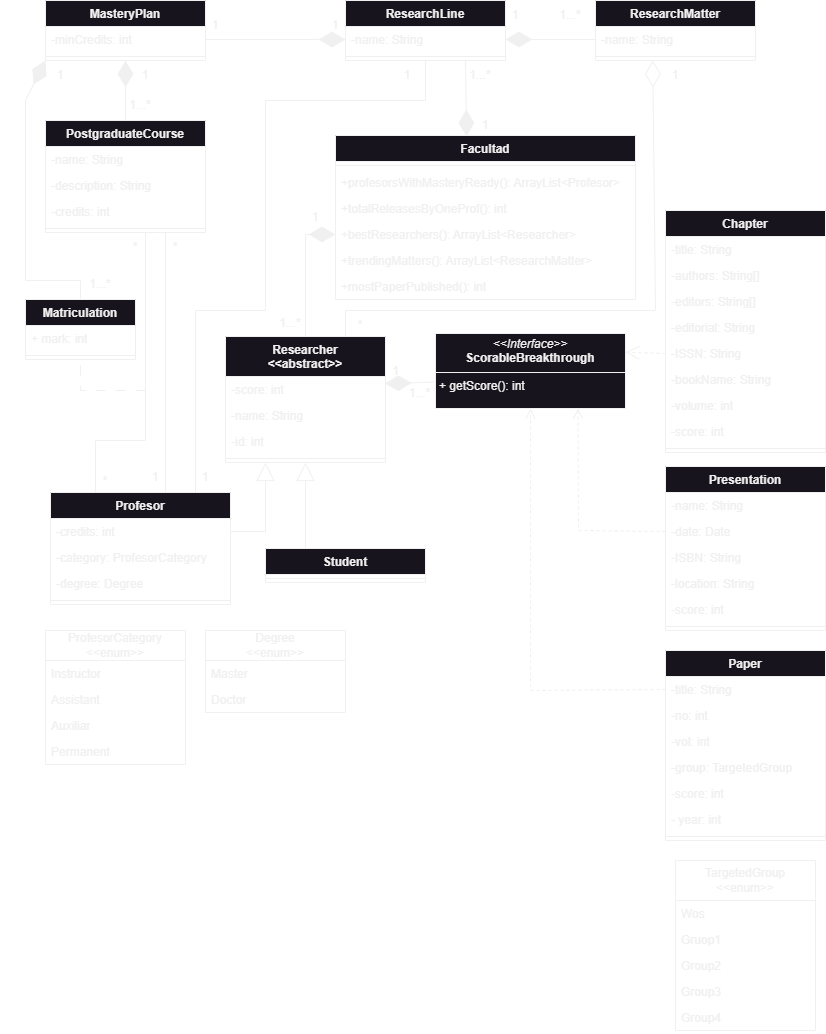
This is dpoo_final_project_diagram.png from mbrianp05/dpoo-final-project, a draw.io export, as it was before one commit. Source tidied: cells renumbered, new cells last; positions are measured from the earlier drawing's top-left corner, leaving out a move shared by most shapes.
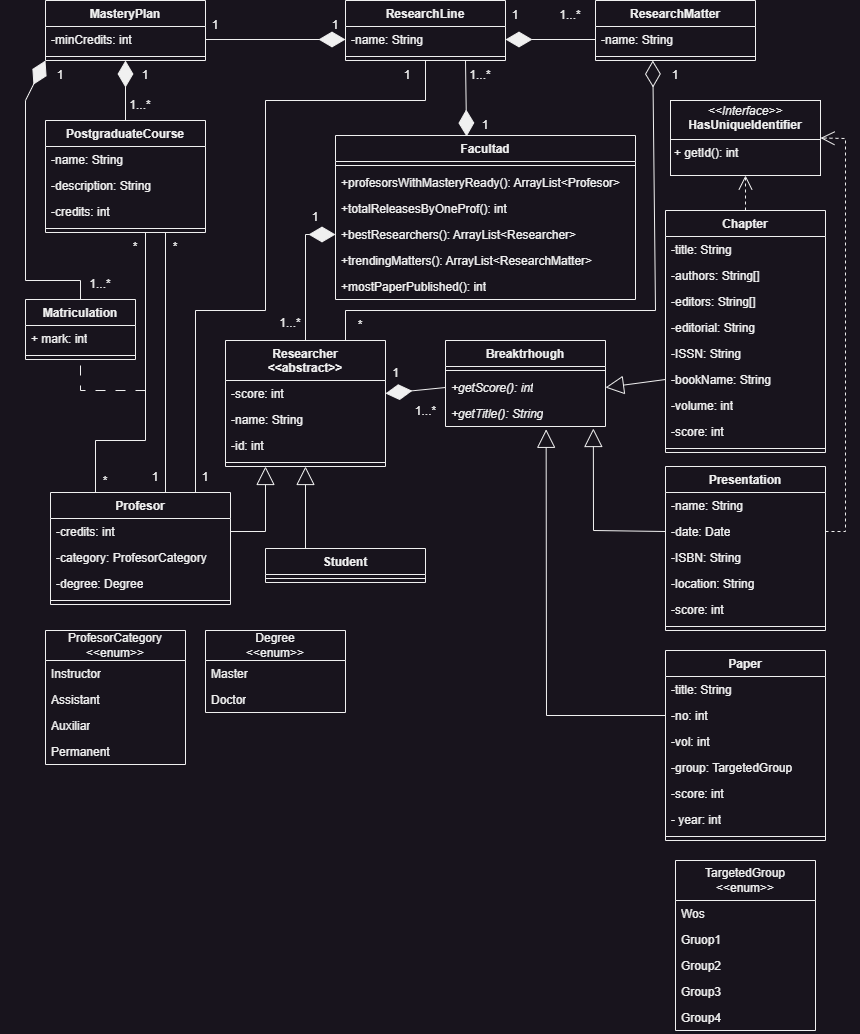
After the commit.

Commit message:
Update classes diagram

The edit, as a diff of the source:
```diff
@@ -1,2 +1,2 @@
-<mxGraphModel background="#000000">
+<mxGraphModel>
   <root>
@@ -28,8 +28,8 @@
     </mxCell>
-    <mxCell id="10" value="-name: String" style="text;strokeColor=none;fillColor=none;align=left;verticalAlign=top;spacingLeft=4;spacingRight=4;overflow=hidden;points=[[0,0.5],[1,0.5]];portConstraint=eastwest;whiteSpace=wrap;html=1;" parent="9" vertex="1">
-      <mxGeometry y="26" width="160" height="26" as="geometry" />
-    </mxCell>
-    <mxCell id="11" style="line;strokeWidth=1;fillColor=none;align=left;verticalAlign=middle;spacingTop=-1;spacingLeft=3;spacingRight=3;labelPosition=right;strokeColor=inherit;" parent="9" vertex="1">
-      <mxGeometry y="52" width="160" height="8" as="geometry" />
-    </mxCell>
+    <mxCell id="118" value="-name: String" style="text;strokeColor=none;fillColor=none;align=left;verticalAlign=top;spacingLeft=4;spacingRight=4;overflow=hidden;points=[[0,0.5],[1,0.5]];portConstraint=eastwest;whiteSpace=wrap;html=1;" parent="9" vertex="1">
+      <mxGeometry y="26" width="160" height="26" as="geometry" />
+    </mxCell>
+    <mxCell id="119" style="line;strokeWidth=1;fillColor=none;align=left;verticalAlign=middle;spacingTop=-1;spacingLeft=3;spacingRight=3;labelPosition=right;strokeColor=inherit;" parent="9" vertex="1">
+      <mxGeometry y="52" width="160" height="8" as="geometry" />
+    </mxCell>
     <mxCell id="12" value="ResearchMatter" style="swimlane;fontStyle=1;align=center;verticalAlign=top;horizontal=1;startSize=26;whiteSpace=wrap;html=1;" parent="1" vertex="1">
@@ -37,10 +37,10 @@
     </mxCell>
-    <mxCell id="13" value="-name: String" style="text;strokeColor=none;fillColor=none;align=left;verticalAlign=top;spacingLeft=4;spacingRight=4;overflow=hidden;points=[[0,0.5],[1,0.5]];portConstraint=eastwest;whiteSpace=wrap;html=1;" parent="12" vertex="1">
-      <mxGeometry y="26" width="160" height="26" as="geometry" />
-    </mxCell>
-    <mxCell id="14" style="line;strokeWidth=1;fillColor=none;align=left;verticalAlign=middle;spacingTop=-1;spacingLeft=3;spacingRight=3;labelPosition=right;points=[];portConstraint=eastwest;strokeColor=inherit;" parent="12" vertex="1">
-      <mxGeometry y="52" width="160" height="8" as="geometry" />
-    </mxCell>
+    <mxCell id="120" value="-name: String" style="text;strokeColor=none;fillColor=none;align=left;verticalAlign=top;spacingLeft=4;spacingRight=4;overflow=hidden;points=[[0,0.5],[1,0.5]];portConstraint=eastwest;whiteSpace=wrap;html=1;" parent="12" vertex="1">
+      <mxGeometry y="26" width="160" height="26" as="geometry" />
+    </mxCell>
+    <mxCell id="121" style="line;strokeWidth=1;fillColor=none;align=left;verticalAlign=middle;spacingTop=-1;spacingLeft=3;spacingRight=3;labelPosition=right;points=[];portConstraint=eastwest;strokeColor=inherit;" parent="12" vertex="1">
+      <mxGeometry y="52" width="160" height="8" as="geometry" />
+    </mxCell>
     <mxCell id="15" value="Researcher&lt;div&gt;&amp;lt;&amp;lt;abstract&amp;gt;&amp;gt;&lt;/div&gt;" style="swimlane;fontStyle=1;align=center;verticalAlign=top;horizontal=1;startSize=40;whiteSpace=wrap;html=1;" parent="1" vertex="1">
-      <mxGeometry x="200" y="336" width="160" height="126" as="geometry" />
+      <mxGeometry x="200" y="340" width="160" height="126" as="geometry" />
     </mxCell>
@@ -61,5 +61,5 @@
     </mxCell>
-    <mxCell id="21" style="line;strokeWidth=1;fillColor=none;align=left;verticalAlign=middle;spacingTop=-1;spacingLeft=3;spacingRight=3;labelPosition=right;strokeColor=inherit;" parent="20" vertex="1">
-      <mxGeometry y="26" width="160" height="8" as="geometry" />
-    </mxCell>
+    <mxCell id="122" style="line;strokeWidth=1;fillColor=none;align=left;verticalAlign=middle;spacingTop=-1;spacingLeft=3;spacingRight=3;labelPosition=right;strokeColor=inherit;" parent="20" vertex="1">
+      <mxGeometry y="26" width="160" height="8" as="geometry" />
+    </mxCell>
     <mxCell id="22" value="Profesor" style="swimlane;fontStyle=1;align=center;verticalAlign=top;horizontal=1;startSize=26;whiteSpace=wrap;html=1;" parent="1" vertex="1">
@@ -124,5 +124,5 @@
     </mxCell>
-    <mxCell id="42" value="-score: int" style="text;strokeColor=none;fillColor=none;align=left;verticalAlign=top;spacingLeft=4;spacingRight=4;overflow=hidden;whiteSpace=wrap;html=1;" parent="37" vertex="1">
-      <mxGeometry y="130" width="160" height="26" as="geometry" />
-    </mxCell>
+    <mxCell id="123" value="-score: int" style="text;strokeColor=none;fillColor=none;align=left;verticalAlign=top;spacingLeft=4;spacingRight=4;overflow=hidden;whiteSpace=wrap;html=1;" parent="37" vertex="1">
+      <mxGeometry y="130" width="160" height="26" as="geometry" />
+    </mxCell>
     <mxCell id="43" value="- year: int" style="text;strokeColor=none;fillColor=none;align=left;verticalAlign=top;spacingLeft=4;spacingRight=4;overflow=hidden;whiteSpace=wrap;html=1;" parent="37" vertex="1">
@@ -136,5 +136,5 @@
     </mxCell>
-    <mxCell id="46" value="-name: String" style="text;strokeColor=none;fillColor=none;align=left;verticalAlign=top;spacingLeft=4;spacingRight=4;overflow=hidden;whiteSpace=wrap;html=1;" parent="45" vertex="1">
-      <mxGeometry y="26" width="160" height="26" as="geometry" />
-    </mxCell>
+    <mxCell id="124" value="-name: String" style="text;strokeColor=none;fillColor=none;align=left;verticalAlign=top;spacingLeft=4;spacingRight=4;overflow=hidden;whiteSpace=wrap;html=1;" parent="45" vertex="1">
+      <mxGeometry y="26" width="160" height="26" as="geometry" />
+    </mxCell>
     <mxCell id="47" value="-date: Date" style="text;strokeColor=none;fillColor=none;align=left;verticalAlign=top;spacingLeft=4;spacingRight=4;overflow=hidden;points=[[0,0.5],[1,0.5]];portConstraint=eastwest;whiteSpace=wrap;html=1;" parent="45" vertex="1">
@@ -148,5 +148,5 @@
     </mxCell>
-    <mxCell id="50" value="-score: int" style="text;strokeColor=none;fillColor=none;align=left;verticalAlign=top;spacingLeft=4;spacingRight=4;overflow=hidden;whiteSpace=wrap;html=1;" parent="45" vertex="1">
-      <mxGeometry y="130" width="160" height="26" as="geometry" />
-    </mxCell>
+    <mxCell id="125" value="-score: int" style="text;strokeColor=none;fillColor=none;align=left;verticalAlign=top;spacingLeft=4;spacingRight=4;overflow=hidden;whiteSpace=wrap;html=1;" parent="45" vertex="1">
+      <mxGeometry y="130" width="160" height="26" as="geometry" />
+    </mxCell>
     <mxCell id="51" style="line;strokeWidth=1;fillColor=none;align=left;verticalAlign=middle;spacingTop=-1;spacingLeft=3;spacingRight=3;labelPosition=right;strokeColor=inherit;" parent="45" vertex="1">
@@ -160,5 +160,5 @@
     </mxCell>
-    <mxCell id="54" style="line;strokeWidth=1;fillColor=none;align=left;verticalAlign=middle;spacingTop=-1;spacingLeft=3;spacingRight=3;labelPosition=right;strokeColor=inherit;" parent="52" vertex="1">
-      <mxGeometry y="52" width="160" height="8" as="geometry" />
-    </mxCell>
+    <mxCell id="126" style="line;strokeWidth=1;fillColor=none;align=left;verticalAlign=middle;spacingTop=-1;spacingLeft=3;spacingRight=3;labelPosition=right;strokeColor=inherit;" parent="52" vertex="1">
+      <mxGeometry y="52" width="160" height="8" as="geometry" />
+    </mxCell>
     <mxCell id="55" value="PostgraduateCourse" style="swimlane;fontStyle=1;align=center;verticalAlign=top;horizontal=1;startSize=26;whiteSpace=wrap;html=1;" parent="1" vertex="1">
@@ -166,5 +166,5 @@
     </mxCell>
-    <mxCell id="56" value="-name: String" style="text;strokeColor=none;fillColor=none;align=left;verticalAlign=top;spacingLeft=4;spacingRight=4;overflow=hidden;whiteSpace=wrap;html=1;" parent="55" vertex="1">
-      <mxGeometry y="26" width="160" height="26" as="geometry" />
-    </mxCell>
+    <mxCell id="127" value="-name: String" style="text;strokeColor=none;fillColor=none;align=left;verticalAlign=top;spacingLeft=4;spacingRight=4;overflow=hidden;whiteSpace=wrap;html=1;" parent="55" vertex="1">
+      <mxGeometry y="26" width="160" height="26" as="geometry" />
+    </mxCell>
     <mxCell id="57" value="-description: String" style="text;strokeColor=none;fillColor=none;align=left;verticalAlign=top;spacingLeft=4;spacingRight=4;overflow=hidden;whiteSpace=wrap;html=1;" parent="55" vertex="1">
@@ -240,8 +240,8 @@
     </mxCell>
-    <mxCell id="78" style="endArrow=diamondThin;endFill=1;endSize=24;html=1;rounded=0;exitX=1;exitY=0.5;exitDx=0;exitDy=0;entryX=0;entryY=0.5;entryDx=0;entryDy=0;" parent="1" edge="1" source="53" target="10">
-      <mxGeometry relative="1" as="geometry" />
-    </mxCell>
-    <mxCell id="79" style="endArrow=diamondThin;endFill=1;endSize=24;html=1;rounded=0;entryX=1;entryY=0.5;entryDx=0;entryDy=0;exitX=0;exitY=0.5;exitDx=0;exitDy=0;" parent="1" edge="1" source="13" target="10">
-      <mxGeometry relative="1" as="geometry" />
-    </mxCell>
+    <mxCell id="128" style="endArrow=diamondThin;endFill=1;endSize=24;html=1;rounded=0;exitX=1;exitY=0.5;exitDx=0;exitDy=0;entryX=0;entryY=0.5;entryDx=0;entryDy=0;" parent="1" edge="1" source="53" target="118">
+      <mxGeometry relative="1" as="geometry" />
+    </mxCell>
+    <mxCell id="129" style="endArrow=diamondThin;endFill=1;endSize=24;html=1;rounded=0;entryX=1;entryY=0.5;entryDx=0;entryDy=0;exitX=0;exitY=0.5;exitDx=0;exitDy=0;" parent="1" edge="1" source="120" target="118">
+      <mxGeometry relative="1" as="geometry" />
+    </mxCell>
     <mxCell id="80" style="endArrow=none;html=1;edgeStyle=orthogonalEdgeStyle;rounded=0;exitX=0.75;exitY=0;exitDx=0;exitDy=0;entryX=0.5;entryY=1;entryDx=0;entryDy=0;" parent="1" edge="1" source="22" target="9">
@@ -257,10 +257,10 @@
     </mxCell>
-    <mxCell id="81" style="endArrow=diamondThin;endFill=0;endSize=24;html=1;rounded=0;exitX=0.75;exitY=0;exitDx=0;exitDy=0;entryX=0.358;entryY=1;entryDx=0;entryDy=0;entryPerimeter=0;" parent="1" edge="1" source="15" target="14">
-      <mxGeometry relative="1" as="geometry">
-        <Array as="points">
-          <mxPoint x="320" y="310" />
-          <mxPoint x="630" y="310" />
-        </Array>
-      </mxGeometry>
-    </mxCell>
+    <mxCell id="130" style="endArrow=diamondThin;endFill=0;endSize=24;html=1;rounded=0;exitX=0.75;exitY=0;exitDx=0;exitDy=0;entryX=0.358;entryY=1;entryDx=0;entryDy=0;entryPerimeter=0;" parent="1" edge="1" source="15" target="121">
+      <mxGeometry relative="1" as="geometry">
+        <Array as="points">
+          <mxPoint x="320" y="310" />
+          <mxPoint x="630" y="310" />
+        </Array>
+      </mxGeometry>
+    </mxCell>
     <mxCell id="82" style="endArrow=block;endSize=16;endFill=0;html=1;rounded=0;exitX=1;exitY=0.5;exitDx=0;exitDy=0;entryX=0.25;entryY=1;entryDx=0;entryDy=0;" parent="1" edge="1" source="23" target="15">
@@ -320,5 +320,5 @@
     </mxCell>
-    <mxCell id="99" value="&lt;p style=&quot;margin:0px;margin-top:4px;text-align:center;&quot;&gt;&lt;i&gt;&amp;lt;&amp;lt;Interface&amp;gt;&amp;gt;&lt;/i&gt;&lt;br&gt;&lt;b&gt;ScorableBreakthrough&lt;/b&gt;&lt;/p&gt;&lt;hr size=&quot;1&quot; style=&quot;border-style:solid;&quot;&gt;&lt;p style=&quot;margin:0px;margin-left:4px;&quot;&gt;+ getScore(): int&lt;br&gt;&lt;/p&gt;" style="verticalAlign=top;align=left;overflow=fill;html=1;whiteSpace=wrap;" parent="1" vertex="1">
-      <mxGeometry x="410" y="333" width="190" height="75" as="geometry" />
-    </mxCell>
+    <mxCell id="131" value="&lt;p style=&quot;margin:0px;margin-top:4px;text-align:center;&quot;&gt;&lt;i&gt;&amp;lt;&amp;lt;Interface&amp;gt;&amp;gt;&lt;/i&gt;&lt;br&gt;&lt;b&gt;HasUniqueIdentifier&lt;/b&gt;&lt;/p&gt;&lt;hr size=&quot;1&quot; style=&quot;border-style:solid;&quot;&gt;&lt;p style=&quot;margin:0px;margin-left:4px;&quot;&gt;+ getId(): int&lt;br&gt;&lt;/p&gt;" style="verticalAlign=top;align=left;overflow=fill;html=1;whiteSpace=wrap;" parent="1" vertex="1">
+      <mxGeometry x="645" y="100" width="150" height="75" as="geometry" />
+    </mxCell>
     <mxCell id="100" value="Matriculation" style="swimlane;fontStyle=1;align=center;verticalAlign=top;horizontal=1;startSize=26;whiteSpace=wrap;html=1;" parent="1" vertex="1">
@@ -347,11 +347,11 @@
     </mxCell>
-    <mxCell id="106" style="endArrow=none;startArrow=none;endFill=0;startFill=0;endSize=8;html=1;verticalAlign=bottom;dashed=1;labelBackgroundColor=none;dashPattern=10 10;rounded=0;entryX=0.5;entryY=1;entryDx=0;entryDy=0;" parent="1" edge="1" target="100">
-      <mxGeometry relative="1" as="geometry">
-        <mxPoint x="120" y="390" as="sourcePoint" />
-        <Array as="points">
-          <mxPoint x="55" y="390" />
-          <mxPoint x="55" y="360" />
-        </Array>
-      </mxGeometry>
-    </mxCell>
+    <mxCell id="132" style="endArrow=none;startArrow=none;endFill=0;startFill=0;endSize=8;html=1;verticalAlign=bottom;dashed=1;labelBackgroundColor=none;dashPattern=10 10;rounded=0;entryX=0.5;entryY=1;entryDx=0;entryDy=0;" parent="1" edge="1" target="100">
+      <mxGeometry relative="1" as="geometry">
+        <mxPoint x="120" y="390" as="sourcePoint" />
+        <Array as="points">
+          <mxPoint x="55" y="390" />
+          <mxPoint x="55" y="360" />
+        </Array>
+      </mxGeometry>
+    </mxCell>
     <mxCell id="107" style="endArrow=diamondThin;endFill=1;endSize=24;html=1;rounded=0;exitX=0.5;exitY=0;exitDx=0;exitDy=0;entryX=0;entryY=1;entryDx=0;entryDy=0;" parent="1" edge="1" source="100" target="52">
@@ -374,33 +374,52 @@
     </mxCell>
-    <mxCell id="111" style="endArrow=open;endSize=12;dashed=1;html=1;rounded=0;exitX=0;exitY=0.5;exitDx=0;exitDy=0;entryX=1;entryY=0.25;entryDx=0;entryDy=0;" parent="1" edge="1" source="32" target="99">
-      <mxGeometry relative="1" as="geometry" />
-    </mxCell>
-    <mxCell id="112" style="html=1;verticalAlign=bottom;endArrow=open;dashed=1;endSize=8;curved=0;rounded=0;exitX=0;exitY=0.5;exitDx=0;exitDy=0;entryX=0.75;entryY=1;entryDx=0;entryDy=0;" parent="1" edge="1" source="47" target="99">
-      <mxGeometry relative="1" as="geometry">
-        <Array as="points">
-          <mxPoint x="553" y="530" />
-        </Array>
-      </mxGeometry>
-    </mxCell>
-    <mxCell id="113" style="html=1;verticalAlign=bottom;endArrow=open;dashed=1;endSize=8;curved=0;rounded=0;exitX=0;exitY=0.5;exitDx=0;exitDy=0;entryX=0.5;entryY=1;entryDx=0;entryDy=0;" parent="1" edge="1" source="38" target="99">
-      <mxGeometry relative="1" as="geometry">
-        <Array as="points">
-          <mxPoint x="505" y="690" />
-        </Array>
-      </mxGeometry>
-    </mxCell>
-    <mxCell id="114" style="endArrow=block;dashed=1;endFill=0;endSize=12;html=1;rounded=0;entryX=1.035;entryY=-0.038;entryDx=0;entryDy=0;entryPerimeter=0;" parent="1" edge="1" target="16">
-      <mxGeometry relative="1" as="geometry">
-        <mxPoint x="366" y="374.6" as="sourcePoint" />
-      </mxGeometry>
-    </mxCell>
-    <mxCell id="115" style="endArrow=diamondThin;endFill=1;endSize=24;html=1;rounded=0;exitX=-0.008;exitY=0.648;exitDx=0;exitDy=0;entryX=0.996;entryY=0.275;entryDx=0;entryDy=0;entryPerimeter=0;exitPerimeter=0;" parent="1" edge="1" source="99" target="16">
-      <mxGeometry relative="1" as="geometry" />
-    </mxCell>
+    <mxCell id="133" value="Breaktrhough&lt;div&gt;&lt;br&gt;&lt;/div&gt;" style="swimlane;fontStyle=1;align=center;verticalAlign=top;horizontal=1;startSize=26;whiteSpace=wrap;html=1;" parent="1" vertex="1">
+      <mxGeometry x="420" y="340" width="160" height="86" as="geometry" />
+    </mxCell>
+    <mxCell id="134" style="line;strokeWidth=1;fillColor=none;align=left;verticalAlign=middle;spacingTop=-1;spacingLeft=3;spacingRight=3;labelPosition=right;strokeColor=inherit;" parent="133" vertex="1">
+      <mxGeometry y="26" width="160" height="8" as="geometry" />
+    </mxCell>
+    <mxCell id="135" value="&lt;i&gt;+getScore(): int&lt;/i&gt;" style="text;strokeColor=none;fillColor=none;align=left;verticalAlign=top;spacingLeft=4;spacingRight=4;overflow=hidden;points=[[0,0.5],[1,0.5]];portConstraint=eastwest;whiteSpace=wrap;html=1;" parent="133" vertex="1">
+      <mxGeometry y="34" width="160" height="26" as="geometry" />
+    </mxCell>
+    <mxCell id="136" value="&lt;i&gt;+getTitle(): String&lt;/i&gt;" style="text;strokeColor=none;fillColor=none;align=left;verticalAlign=top;spacingLeft=4;spacingRight=4;overflow=hidden;points=[[0,0.5],[1,0.5]];portConstraint=eastwest;whiteSpace=wrap;html=1;" parent="133" vertex="1">
+      <mxGeometry y="60" width="160" height="26" as="geometry" />
+    </mxCell>
+    <mxCell id="137" style="endArrow=block;endSize=16;endFill=0;html=1;rounded=0;exitX=0;exitY=0.5;exitDx=0;exitDy=0;entryX=1;entryY=0.5;entryDx=0;entryDy=0;" parent="1" edge="1" source="33" target="135">
+      <mxGeometry relative="1" as="geometry" />
+    </mxCell>
+    <mxCell id="138" style="endArrow=block;endSize=16;endFill=0;html=1;rounded=0;exitX=0;exitY=0.5;exitDx=0;exitDy=0;entryX=0.924;entryY=1.077;entryDx=0;entryDy=0;entryPerimeter=0;" parent="1" edge="1" source="47" target="136">
+      <mxGeometry relative="1" as="geometry">
+        <Array as="points">
+          <mxPoint x="568" y="530" />
+        </Array>
+      </mxGeometry>
+    </mxCell>
+    <mxCell id="139" style="endArrow=block;endSize=16;endFill=0;html=1;rounded=0;exitX=0;exitY=0.5;exitDx=0;exitDy=0;entryX=0.629;entryY=1.108;entryDx=0;entryDy=0;entryPerimeter=0;" parent="1" edge="1" source="39" target="136">
+      <mxGeometry relative="1" as="geometry">
+        <Array as="points">
+          <mxPoint x="521" y="715" />
+        </Array>
+      </mxGeometry>
+    </mxCell>
+    <mxCell id="140" style="endArrow=diamondThin;endFill=1;endSize=24;html=1;rounded=0;exitX=0;exitY=0.5;exitDx=0;exitDy=0;entryX=1;entryY=0.5;entryDx=0;entryDy=0;" parent="1" edge="1" source="135" target="16">
+      <mxGeometry relative="1" as="geometry" />
+    </mxCell>
     <mxCell id="116" value="1" style="text;html=1;align=center;verticalAlign=middle;strokeColor=none;fillColor=none;" parent="1" vertex="1">
-      <mxGeometry x="355" y="355.5" width="30" height="30" as="geometry" />
+      <mxGeometry x="355" y="358" width="30" height="30" as="geometry" />
     </mxCell>
     <mxCell id="117" value="1...*" style="text;html=1;align=center;verticalAlign=middle;strokeColor=none;fillColor=none;" parent="1" vertex="1">
-      <mxGeometry x="374" y="378" width="40" height="30" as="geometry" />
+      <mxGeometry x="380" y="396" width="40" height="30" as="geometry" />
     </mxCell>
+    <mxCell id="141" style="endArrow=open;endSize=12;dashed=1;html=1;rounded=0;entryX=0.5;entryY=1;entryDx=0;entryDy=0;exitX=0.5;exitY=0;exitDx=0;exitDy=0;" parent="1" edge="1" source="27" target="131">
+      <mxGeometry relative="1" as="geometry" />
+    </mxCell>
+    <mxCell id="142" style="endArrow=open;endSize=12;dashed=1;html=1;rounded=0;exitX=1;exitY=0.5;exitDx=0;exitDy=0;entryX=1;entryY=0.5;entryDx=0;entryDy=0;" parent="1" edge="1" source="47" target="131">
+      <mxGeometry relative="1" as="geometry">
+        <Array as="points">
+          <mxPoint x="820" y="531" />
+          <mxPoint x="820" y="330" />
+          <mxPoint x="820" y="138" />
+        </Array>
+      </mxGeometry>
+    </mxCell>
   </root>
```
